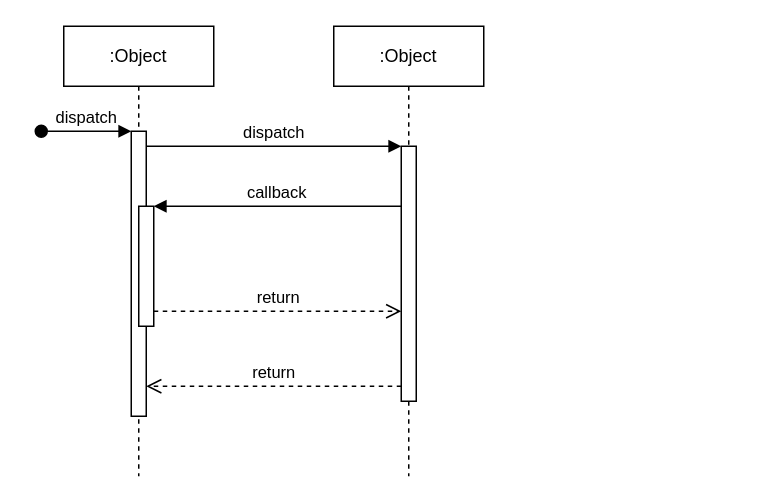
Earlier version of the draw.io diagram 未命名绘图.drawio (wangxh08121314/diagrams). Source tidied: cells renumbered, new cells numbered last; positions are measured from the earlier drawing's top-left corner, leaving out a move shared by most shapes. Both pictures are drawn from the tidied source at 150%, with x=0, y=0 at pixel (40, 26).
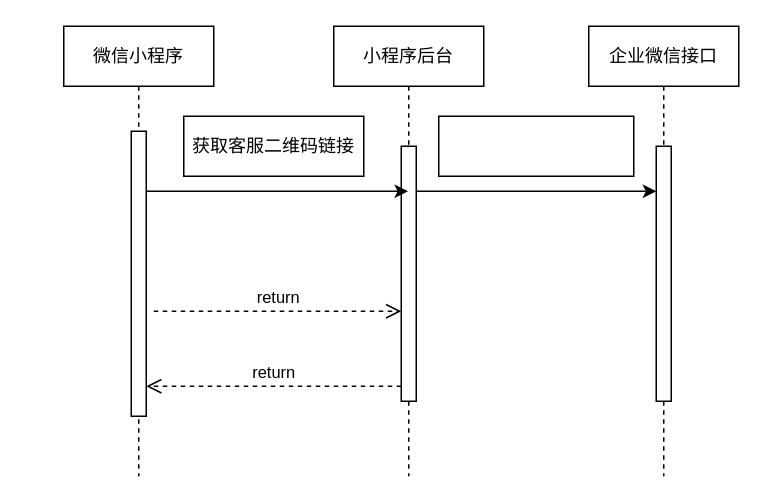
After the change.

The edit, as a diff of the source:
```diff
@@
 <mxGraphModel>
   <root>
     <mxCell id="0" />
     <mxCell id="1" parent="0" />
-    <mxCell id="2" value=":Object" style="shape=umlLifeline;perimeter=lifelinePerimeter;whiteSpace=wrap;html=1;newEdgeStyle={&quot;edgeStyle&quot;:&quot;elbowEdgeStyle&quot;,&quot;elbow&quot;:&quot;vertical&quot;,&quot;curved&quot;:0,&quot;rounded&quot;:0};" parent="1" vertex="1">
+    <mxCell id="2" value="微信小程序" style="shape=umlLifeline;perimeter=lifelinePerimeter;whiteSpace=wrap;html=1;newEdgeStyle={&quot;edgeStyle&quot;:&quot;elbowEdgeStyle&quot;,&quot;elbow&quot;:&quot;vertical&quot;,&quot;curved&quot;:0,&quot;rounded&quot;:0};" parent="1" vertex="1">
       <mxGeometry x="15" width="100" height="300" as="geometry" />
     </mxCell>
     <mxCell id="3" style="html=1;points=[];perimeter=orthogonalPerimeter;outlineConnect=0;targetShapes=umlLifeline;portConstraint=eastwest;newEdgeStyle={&quot;edgeStyle&quot;:&quot;elbowEdgeStyle&quot;,&quot;elbow&quot;:&quot;vertical&quot;,&quot;curved&quot;:0,&quot;rounded&quot;:0};" parent="2" vertex="1">
       <mxGeometry x="45" y="70" width="10" height="190" as="geometry" />
     </mxCell>
-    <mxCell id="4" value="dispatch" style="html=1;verticalAlign=bottom;startArrow=oval;endArrow=block;startSize=8;edgeStyle=elbowEdgeStyle;elbow=vertical;curved=0;rounded=0;" parent="2" edge="1" target="3">
-      <mxGeometry relative="1" as="geometry">
-        <mxPoint x="-15" y="70" as="sourcePoint" />
-      </mxGeometry>
-    </mxCell>
-    <mxCell id="5" style="html=1;points=[];perimeter=orthogonalPerimeter;outlineConnect=0;targetShapes=umlLifeline;portConstraint=eastwest;newEdgeStyle={&quot;edgeStyle&quot;:&quot;elbowEdgeStyle&quot;,&quot;elbow&quot;:&quot;vertical&quot;,&quot;curved&quot;:0,&quot;rounded&quot;:0};" parent="2" vertex="1">
-      <mxGeometry x="50" y="120" width="10" height="80" as="geometry" />
-    </mxCell>
-    <mxCell id="6" value=":Object" style="shape=umlLifeline;perimeter=lifelinePerimeter;whiteSpace=wrap;html=1;outlineConnect=0;portConstraint=eastwest;newEdgeStyle={&quot;edgeStyle&quot;:&quot;elbowEdgeStyle&quot;,&quot;elbow&quot;:&quot;vertical&quot;,&quot;curved&quot;:0,&quot;rounded&quot;:0};" parent="1" vertex="1">
+    <mxCell id="6" value="小程序后台" style="shape=umlLifeline;perimeter=lifelinePerimeter;whiteSpace=wrap;html=1;outlineConnect=0;portConstraint=eastwest;newEdgeStyle={&quot;edgeStyle&quot;:&quot;elbowEdgeStyle&quot;,&quot;elbow&quot;:&quot;vertical&quot;,&quot;curved&quot;:0,&quot;rounded&quot;:0};" parent="1" vertex="1">
       <mxGeometry x="195" width="100" height="300" as="geometry" />
     </mxCell>
     <mxCell id="7" style="html=1;points=[];perimeter=orthogonalPerimeter;outlineConnect=0;targetShapes=umlLifeline;portConstraint=eastwest;newEdgeStyle={&quot;edgeStyle&quot;:&quot;elbowEdgeStyle&quot;,&quot;elbow&quot;:&quot;vertical&quot;,&quot;curved&quot;:0,&quot;rounded&quot;:0};" parent="6" vertex="1">
       <mxGeometry x="45" y="80" width="10" height="170" as="geometry" />
     </mxCell>
-    <mxCell id="8" value="dispatch" style="html=1;verticalAlign=bottom;endArrow=block;edgeStyle=elbowEdgeStyle;elbow=vertical;curved=0;rounded=0;" parent="1" edge="1" source="3" target="7">
-      <mxGeometry relative="1" as="geometry">
-        <Array as="points">
-          <mxPoint x="155" y="80" />
-        </Array>
-      </mxGeometry>
-    </mxCell>
     <mxCell id="9" value="return" style="html=1;verticalAlign=bottom;endArrow=open;dashed=1;endSize=8;edgeStyle=elbowEdgeStyle;elbow=vertical;curved=0;rounded=0;" parent="1" edge="1" source="7" target="3">
       <mxGeometry relative="1" as="geometry">
         <Array as="points">
           <mxPoint x="165" y="240" />
         </Array>
       </mxGeometry>
     </mxCell>
-    <mxCell id="10" value="callback" style="html=1;verticalAlign=bottom;endArrow=block;edgeStyle=elbowEdgeStyle;elbow=vertical;curved=0;rounded=0;" parent="1" edge="1" source="7" target="5">
-      <mxGeometry relative="1" as="geometry">
-        <Array as="points">
-          <mxPoint x="165" y="120" />
-        </Array>
-      </mxGeometry>
-    </mxCell>
-    <mxCell id="11" value="return" style="html=1;verticalAlign=bottom;endArrow=open;dashed=1;endSize=8;edgeStyle=elbowEdgeStyle;elbow=vertical;curved=0;rounded=0;" parent="1" edge="1" source="5" target="7">
+    <mxCell id="11" value="return" style="html=1;verticalAlign=bottom;endArrow=open;dashed=1;endSize=8;edgeStyle=elbowEdgeStyle;elbow=vertical;curved=0;rounded=0;" parent="1" edge="1" target="7">
       <mxGeometry relative="1" as="geometry">
+        <mxPoint x="75" y="190" as="sourcePoint" />
         <Array as="points">
           <mxPoint x="155" y="190" />
         </Array>
       </mxGeometry>
     </mxCell>
+    <mxCell id="12" value="企业微信接口" style="shape=umlLifeline;perimeter=lifelinePerimeter;whiteSpace=wrap;html=1;newEdgeStyle={&quot;edgeStyle&quot;:&quot;elbowEdgeStyle&quot;,&quot;elbow&quot;:&quot;vertical&quot;,&quot;curved&quot;:0,&quot;rounded&quot;:0};" parent="1" vertex="1">
+      <mxGeometry x="365" width="100" height="300" as="geometry" />
+    </mxCell>
+    <mxCell id="13" style="html=1;points=[];perimeter=orthogonalPerimeter;outlineConnect=0;targetShapes=umlLifeline;portConstraint=eastwest;newEdgeStyle={&quot;edgeStyle&quot;:&quot;elbowEdgeStyle&quot;,&quot;elbow&quot;:&quot;vertical&quot;,&quot;curved&quot;:0,&quot;rounded&quot;:0};" parent="12" vertex="1">
+      <mxGeometry x="45" y="80" width="10" height="170" as="geometry" />
+    </mxCell>
+    <mxCell id="14" value="获取客服二维码链接" style="rounded=0;whiteSpace=wrap;html=1;" parent="1" vertex="1">
+      <mxGeometry x="95" y="60" width="120" height="40" as="geometry" />
+    </mxCell>
+    <mxCell id="15" style="endArrow=classic;html=1;rounded=0;" parent="1" edge="1" source="3" target="6">
+      <mxGeometry relative="1" as="geometry">
+        <Array as="points">
+          <mxPoint x="165" y="110" />
+        </Array>
+      </mxGeometry>
+    </mxCell>
+    <mxCell id="16" style="endArrow=classic;html=1;rounded=0;" parent="1" edge="1" source="7" target="13">
+      <mxGeometry relative="1" as="geometry">
+        <Array as="points">
+          <mxPoint x="335" y="110" />
+        </Array>
+      </mxGeometry>
+    </mxCell>
+    <mxCell id="17" style="rounded=0;whiteSpace=wrap;html=1;" parent="1" vertex="1">
+      <mxGeometry x="265" y="60" width="130" height="40" as="geometry" />
+    </mxCell>
   </root>
 </mxGraphModel>
```
